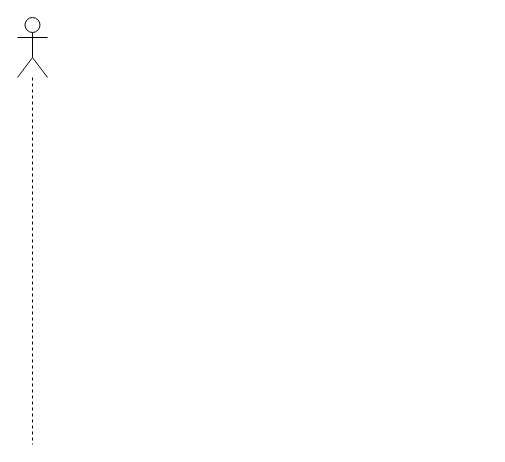
CabrelFeukeng/pp keeps this draw.io diagram as Seq_reformuler_Instruction.drawio. Above is the earlier version. Source tidied: cells renumbered, new cells numbered last; positions are measured from the earlier drawing's top-left corner, leaving out a move shared by most shapes. Both pictures are drawn from the tidied source at 100%, with x=0, y=0 at pixel (17, 17).
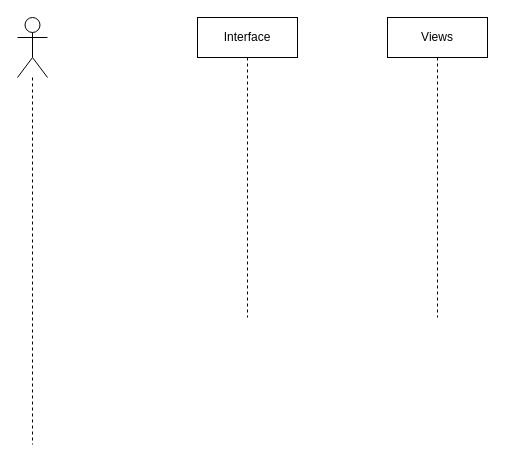
The same diagram, later.

Commit message (it also covers changes not shown here):
Mettre à jour Seq_reformuler_Instruction.drawio

What changed in the source:
```diff
@@
 <mxGraphModel>
   <root>
     <mxCell id="0" />
     <mxCell id="1" parent="0" />
     <mxCell id="2" style="shape=umlLifeline;perimeter=lifelinePerimeter;whiteSpace=wrap;html=1;newEdgeStyle={&quot;curved&quot;:0,&quot;rounded&quot;:0};participant=umlActor;size=60;" parent="1" vertex="1">
       <mxGeometry width="30" height="427" as="geometry" />
     </mxCell>
+    <mxCell id="3" value="Interface" style="shape=umlLifeline;perimeter=lifelinePerimeter;whiteSpace=wrap;html=1;newEdgeStyle={&quot;curved&quot;:0,&quot;rounded&quot;:0};" parent="1" vertex="1">
+      <mxGeometry x="180" width="100" height="300" as="geometry" />
+    </mxCell>
+    <mxCell id="4" value="Views" style="shape=umlLifeline;perimeter=lifelinePerimeter;whiteSpace=wrap;html=1;newEdgeStyle={&quot;curved&quot;:0,&quot;rounded&quot;:0};" parent="1" vertex="1">
+      <mxGeometry x="370" width="100" height="300" as="geometry" />
+    </mxCell>
   </root>
 </mxGraphModel>
```
